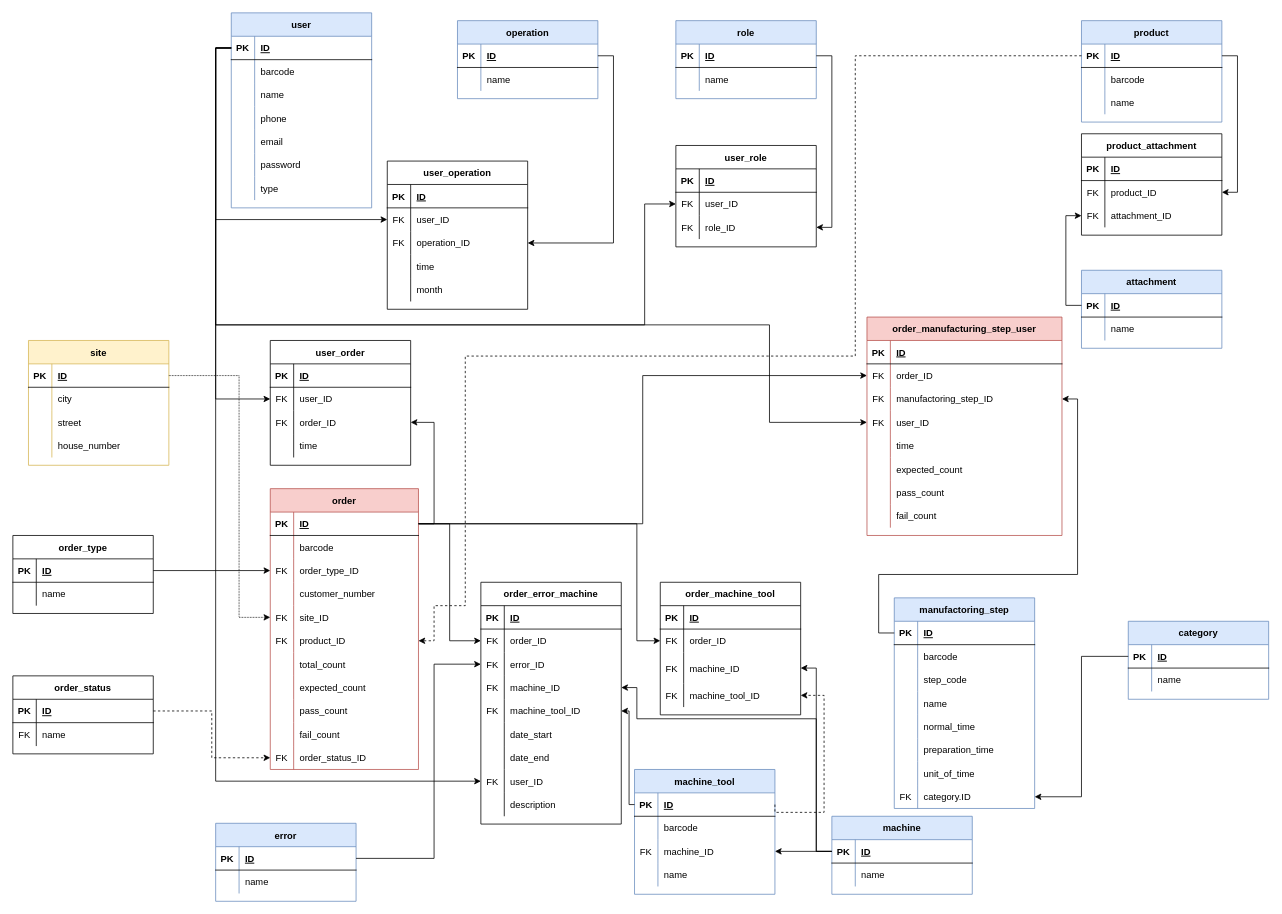
Above: DOC/diagrams/database_plan_2_0_0.drawio in KerteszZoltan/mesterminal (draw.io), before the change. Source tidied: cells renumbered, new cells numbered last; positions are measured from the earlier drawing's top-left corner, leaving out a move shared by most shapes. Both pictures are drawn from the tidied source at 78%, with x=0, y=0 at pixel (12, 12).
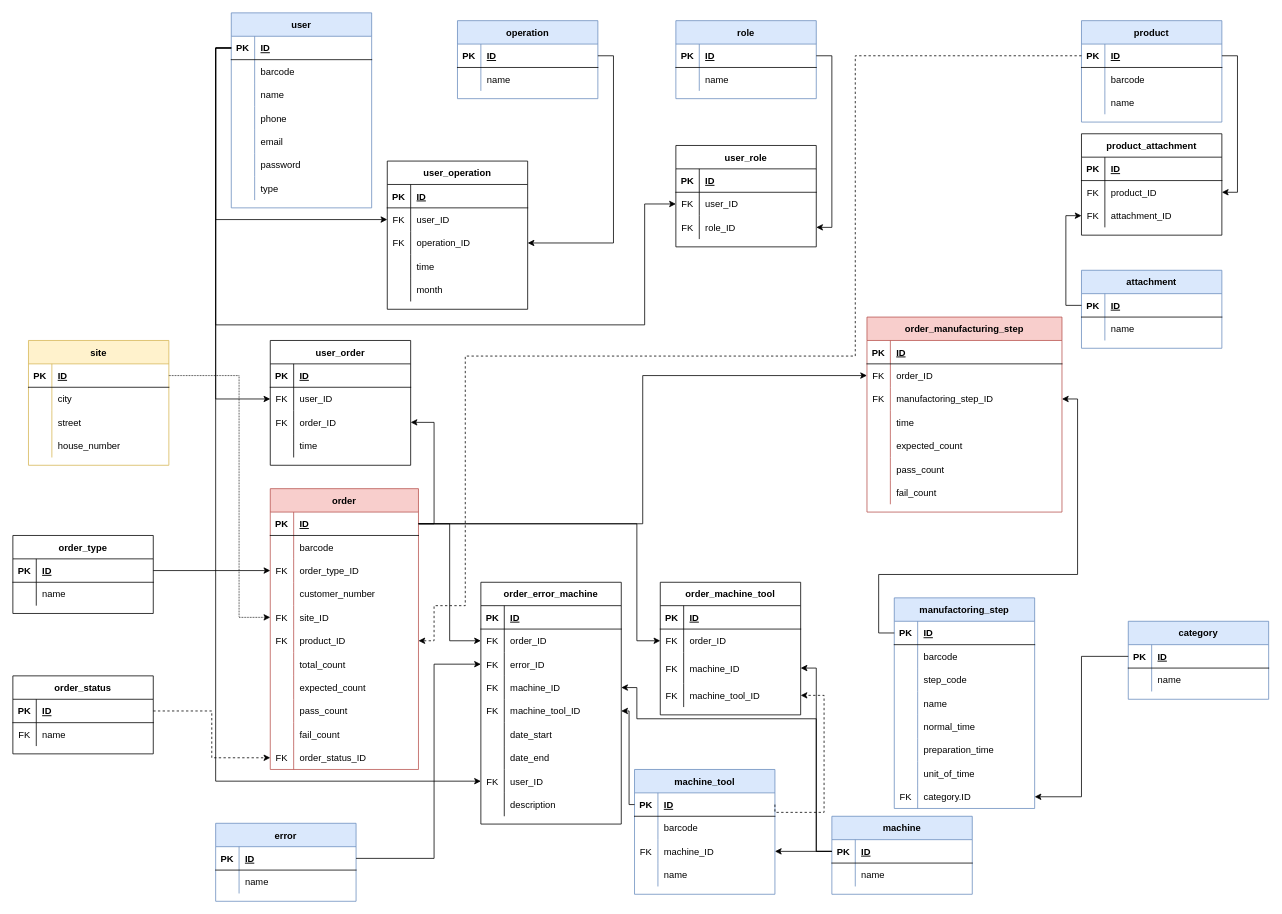
The same diagram, later.

Commit message:
user row delete from manufatcturing_step

Unchanged cells that the change refers to:
```xml
<mxCell id="3" style="shape=partialRectangle;fillColor=none;top=0;left=0;bottom=1;right=0;points=[[0,0.5],[1,0.5]];portConstraint=eastwest;" parent="2" vertex="1">
  <mxGeometry y="30" width="180" height="30" as="geometry" />
</mxCell>
```

The edit, as a diff of the source:
```diff
@@
-    <mxCell id="257" value="order_manufacturing_step_user" style="shape=table;startSize=30;childLayout=tableLayout;rowLines=0;fontStyle=1;align=center;fillColor=#f8cecc;strokeColor=#b85450;" parent="1" vertex="1">
-      <mxGeometry x="1095" y="390" width="250" height="280" as="geometry" />
+    <mxCell id="257" value="order_manufacturing_step" style="shape=table;startSize=30;childLayout=tableLayout;rowLines=0;fontStyle=1;align=center;fillColor=#f8cecc;strokeColor=#b85450;" parent="1" vertex="1">
+      <mxGeometry x="1095" y="390" width="250" height="250" as="geometry" />
     </mxCell>
@@
-    <mxCell id="267" style="shape=partialRectangle;fillColor=none;top=0;left=0;bottom=0;right=0;points=[[0,0.5],[1,0.5]];portConstraint=eastwest;" parent="257" vertex="1">
-      <mxGeometry y="120" width="250" height="30" as="geometry" />
-    </mxCell>
-    <mxCell id="268" value="FK" style="shape=partialRectangle;fillColor=none;top=0;left=0;bottom=0;right=0;overflow=hidden;" parent="267" vertex="1">
-      <mxGeometry width="30" height="30" as="geometry" />
-    </mxCell>
-    <mxCell id="269" value="user_ID" style="shape=partialRectangle;fillColor=none;top=0;left=0;bottom=0;right=0;align=left;spacingLeft=6;overflow=hidden;" parent="267" vertex="1">
-      <mxGeometry x="30" width="220" height="30" as="geometry" />
-    </mxCell>
     <mxCell id="270" style="shape=partialRectangle;fillColor=none;top=0;left=0;bottom=0;right=0;" parent="257" vertex="1">
-      <mxGeometry y="150" width="250" height="30" as="geometry" />
+      <mxGeometry y="120" width="250" height="30" as="geometry" />
     </mxCell>
@@
     <mxCell id="273" style="shape=partialRectangle;fillColor=none;top=0;left=0;bottom=0;right=0;" parent="257" vertex="1">
-      <mxGeometry y="180" width="250" height="30" as="geometry" />
+      <mxGeometry y="150" width="250" height="30" as="geometry" />
     </mxCell>
@@
     <mxCell id="276" style="shape=partialRectangle;fillColor=none;top=0;left=0;bottom=0;right=0;" parent="257" vertex="1">
-      <mxGeometry y="210" width="250" height="30" as="geometry" />
+      <mxGeometry y="180" width="250" height="30" as="geometry" />
     </mxCell>
@@
     <mxCell id="279" style="shape=partialRectangle;fillColor=none;top=0;left=0;bottom=0;right=0;" parent="257" vertex="1">
-      <mxGeometry y="240" width="250" height="30" as="geometry" />
+      <mxGeometry y="210" width="250" height="30" as="geometry" />
     </mxCell>
@@
-    <mxCell id="304" style="edgeStyle=orthogonalEdgeStyle;rounded=0;jettySize=auto;html=1;exitX=0;exitY=0.5;exitDx=0;exitDy=0;" parent="1" edge="1" source="3" target="267">
-      <mxGeometry relative="1" as="geometry">
-        <Array as="points">
-          <mxPoint x="260" y="45" />
-          <mxPoint x="260" y="400" />
-          <mxPoint x="970" y="400" />
-          <mxPoint x="970" y="525" />
-        </Array>
-      </mxGeometry>
-    </mxCell>
```
